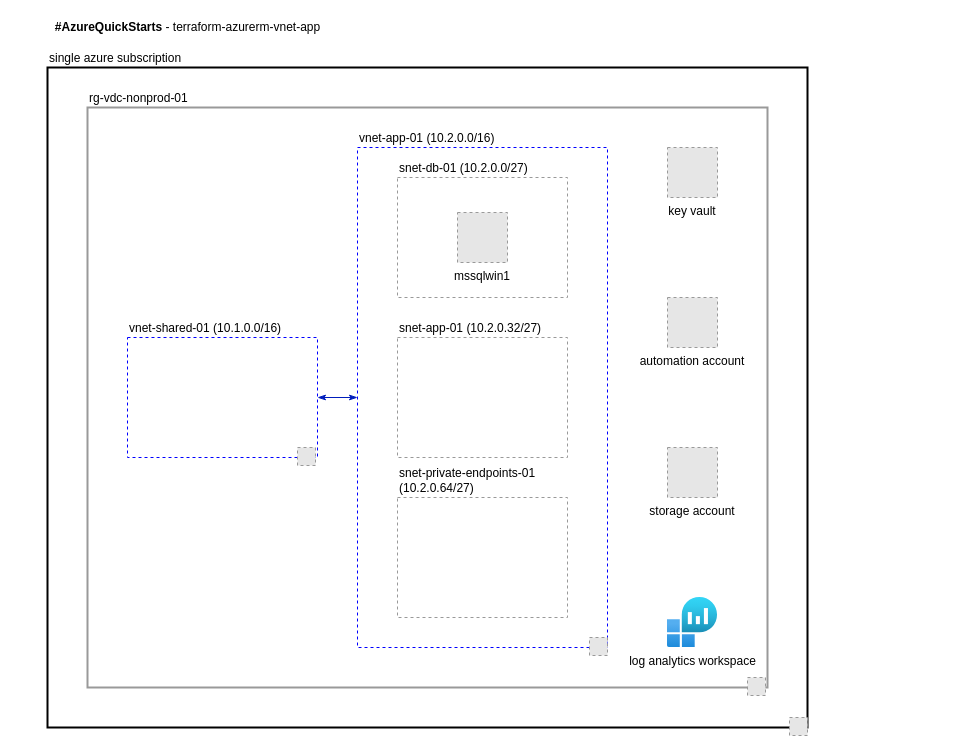
The draw.io diagram terraform-azurerm-vnet-app/vnet-app-diagram.drawio in doherty100/azuresandbox, before the edit. Source tidied: cells renumbered, new cells numbered last; positions are measured from the earlier drawing's top-left corner, leaving out a move shared by most shapes. Both pictures are drawn from the tidied source at 100%, with x=0, y=0 at pixel (47, 17). Pictures stored in the file or linked from it are replaced by grey dashed boxes.
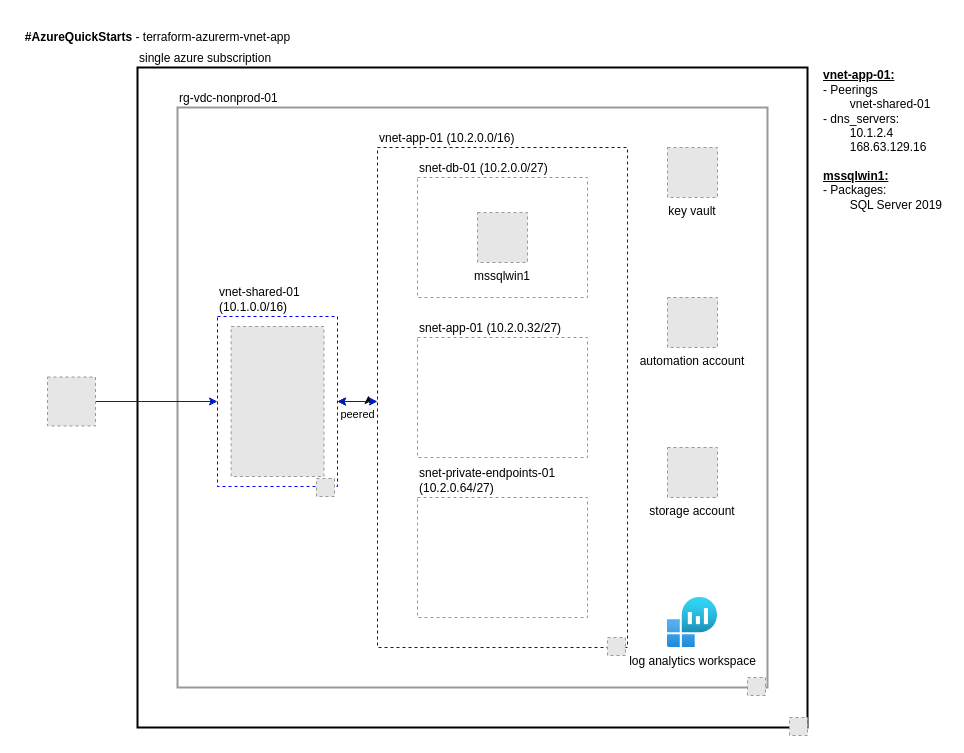
The same diagram, later.

Change to the diagram source:
```diff
@@
     <mxCell id="2" value="single azure subscription" style="rounded=0;whiteSpace=wrap;html=1;labelBackgroundColor=none;fontColor=#000000;strokeWidth=2;fillColor=none;align=left;strokeColor=#000000;labelPosition=center;verticalLabelPosition=top;verticalAlign=bottom;" parent="1" vertex="1">
-      <mxGeometry y="50" width="760" height="660" as="geometry" />
+      <mxGeometry x="90" y="50" width="670" height="660" as="geometry" />
     </mxCell>
     <mxCell id="3" value="rg-vdc-nonprod-01" style="rounded=0;whiteSpace=wrap;html=1;fillColor=none;strokeColor=#999999;strokeWidth=2;fontColor=#000000;labelPosition=center;verticalLabelPosition=top;align=left;verticalAlign=bottom;" parent="1" vertex="1">
-      <mxGeometry x="40" y="90" width="680" height="580" as="geometry" />
+      <mxGeometry x="130" y="90" width="590" height="580" as="geometry" />
     </mxCell>
+    <mxCell id="10" style="fillColor=#E6E6E6;strokeColor=#999999;dashed=1;verticalLabelPosition=bottom;verticalAlign=top;fontColor=#000000;" parent="1" vertex="1">
+      <mxGeometry x="700" y="660" width="18" height="18" as="geometry" />
+    </mxCell>
+    <mxCell id="11" style="edgeStyle=orthogonalEdgeStyle;rounded=0;orthogonalLoop=1;jettySize=auto;html=1;exitX=0.5;exitY=1;exitDx=0;exitDy=0;fontColor=#000000;endArrow=oval;endFill=1;strokeColor=#0000FF;strokeWidth=2;" parent="1" edge="1">
+      <mxGeometry relative="1" as="geometry">
+        <mxPoint x="735" y="330" as="sourcePoint" />
+        <mxPoint x="735" y="330" as="targetPoint" />
+      </mxGeometry>
+    </mxCell>
+    <mxCell id="12" style="fillColor=#E6E6E6;strokeColor=#999999;dashed=1;verticalLabelPosition=bottom;verticalAlign=top;labelBackgroundColor=none;fontColor=#000000;" parent="1" vertex="1">
+      <mxGeometry x="742" y="700" width="18" height="18" as="geometry" />
+    </mxCell>
+    <mxCell id="13" value="&lt;b&gt;#AzureQuickStarts&lt;/b&gt;&amp;nbsp;- terraform-azurerm-vnet-app" style="text;html=1;align=center;verticalAlign=middle;fillColor=none;strokeColor=none;rounded=0;labelBackgroundColor=none;fontColor=#000000;" parent="1" vertex="1">
+      <mxGeometry x="-30" y="10" width="280" height="20" as="geometry" />
+    </mxCell>
+    <mxCell id="21" style="group;" parent="1" vertex="1">
+      <mxGeometry x="330" y="130" width="250" height="508" as="geometry" />
+    </mxCell>
-    <mxCell id="4" value="&lt;span&gt;vnet-app-01 (10.2.0.0/16)&lt;/span&gt;" style="rounded=0;whiteSpace=wrap;html=1;dashed=1;fontColor=#000000;fillColor=none;align=left;strokeColor=#0000FF;labelPosition=center;verticalLabelPosition=top;verticalAlign=bottom;" parent="1" vertex="1">
-      <mxGeometry x="310" y="130" width="250" height="500" as="geometry" />
+    <mxCell id="4" value="&lt;span&gt;vnet-app-01 (10.2.0.0/16)&lt;/span&gt;" style="rounded=0;whiteSpace=wrap;html=1;dashed=1;fontColor=#000000;fillColor=none;align=left;strokeColor=#0000FF;labelPosition=center;verticalLabelPosition=top;verticalAlign=bottom;" parent="21" vertex="1">
+      <mxGeometry width="250" height="500" as="geometry" />
     </mxCell>
-    <mxCell id="5" value="snet-db-01 (10.2.0.0/27)" style="rounded=0;whiteSpace=wrap;html=1;dashed=1;fontColor=#000000;fillColor=none;align=left;strokeColor=#999999;labelPosition=center;verticalLabelPosition=top;verticalAlign=bottom;" parent="1" vertex="1">
-      <mxGeometry x="350" y="160" width="170" height="120" as="geometry" />
+    <mxCell id="5" value="snet-db-01 (10.2.0.0/27)" style="rounded=0;whiteSpace=wrap;html=1;dashed=1;fontColor=#000000;fillColor=none;align=left;strokeColor=#999999;labelPosition=center;verticalLabelPosition=top;verticalAlign=bottom;" parent="21" vertex="1">
+      <mxGeometry x="40" y="30" width="170" height="120" as="geometry" />
     </mxCell>
-    <mxCell id="6" value="snet-private-endpoints-01 (10.2.0.64/27)" style="rounded=0;whiteSpace=wrap;html=1;dashed=1;fontColor=#000000;fillColor=none;align=left;strokeColor=#999999;labelPosition=center;verticalLabelPosition=top;verticalAlign=bottom;" parent="1" vertex="1">
-      <mxGeometry x="350" y="480" width="170" height="120" as="geometry" />
+    <mxCell id="6" value="snet-private-endpoints-01 (10.2.0.64/27)" style="rounded=0;whiteSpace=wrap;html=1;dashed=1;fontColor=#000000;fillColor=none;align=left;strokeColor=#999999;labelPosition=center;verticalLabelPosition=top;verticalAlign=bottom;" parent="21" vertex="1">
+      <mxGeometry x="40" y="350" width="170" height="120" as="geometry" />
     </mxCell>
-    <mxCell id="7" value="snet-app-01 (10.2.0.32/27)" style="rounded=0;whiteSpace=wrap;html=1;dashed=1;fontColor=#000000;fillColor=none;align=left;strokeColor=#999999;labelPosition=center;verticalLabelPosition=top;verticalAlign=bottom;" parent="1" vertex="1">
-      <mxGeometry x="350" y="320" width="170" height="120" as="geometry" />
+    <mxCell id="7" value="snet-app-01 (10.2.0.32/27)" style="rounded=0;whiteSpace=wrap;html=1;dashed=1;fontColor=#000000;fillColor=none;align=left;strokeColor=#999999;labelPosition=center;verticalLabelPosition=top;verticalAlign=bottom;" parent="21" vertex="1">
+      <mxGeometry x="40" y="190" width="170" height="120" as="geometry" />
     </mxCell>
-    <mxCell id="8" value="mssqlwin1" style="fillColor=#E6E6E6;strokeColor=#999999;dashed=1;verticalLabelPosition=bottom;verticalAlign=top;fontColor=#000000;labelPosition=center;align=center;" parent="1" vertex="1">
-      <mxGeometry x="410" y="195" width="50" height="50" as="geometry" />
+    <mxCell id="8" value="mssqlwin1" style="fillColor=#E6E6E6;strokeColor=#999999;dashed=1;verticalLabelPosition=bottom;verticalAlign=top;fontColor=#000000;labelPosition=center;align=center;" parent="21" vertex="1">
+      <mxGeometry x="100" y="65" width="50" height="50" as="geometry" />
     </mxCell>
-    <mxCell id="9" style="fillColor=#E6E6E6;strokeColor=#999999;dashed=1;verticalLabelPosition=bottom;verticalAlign=top;fontColor=#000000;" parent="1" vertex="1">
-      <mxGeometry x="542" y="620" width="18" height="18" as="geometry" />
-    </mxCell>
-    <mxCell id="10" style="fillColor=#E6E6E6;strokeColor=#999999;dashed=1;verticalLabelPosition=bottom;verticalAlign=top;fontColor=#000000;" parent="1" vertex="1">
-      <mxGeometry x="700" y="660" width="18" height="18" as="geometry" />
-    </mxCell>
-    <mxCell id="11" style="edgeStyle=orthogonalEdgeStyle;rounded=0;orthogonalLoop=1;jettySize=auto;html=1;exitX=0.5;exitY=1;exitDx=0;exitDy=0;fontColor=#000000;endArrow=oval;endFill=1;strokeColor=#0000FF;strokeWidth=2;" parent="1" edge="1">
-      <mxGeometry relative="1" as="geometry">
-        <mxPoint x="645" y="330" as="sourcePoint" />
-        <mxPoint x="645" y="330" as="targetPoint" />
-      </mxGeometry>
-    </mxCell>
-    <mxCell id="12" style="fillColor=#E6E6E6;strokeColor=#999999;dashed=1;verticalLabelPosition=bottom;verticalAlign=top;labelBackgroundColor=none;fontColor=#000000;" parent="1" vertex="1">
-      <mxGeometry x="742" y="700" width="18" height="18" as="geometry" />
-    </mxCell>
-    <mxCell id="13" value="&lt;b&gt;#AzureQuickStarts&lt;/b&gt;&amp;nbsp;- terraform-azurerm-vnet-app" style="text;html=1;align=center;verticalAlign=middle;fillColor=none;strokeColor=none;rounded=0;labelBackgroundColor=none;fontColor=#000000;" parent="1" vertex="1">
-      <mxGeometry width="280" height="20" as="geometry" />
-    </mxCell>
+    <mxCell id="22" style="fillColor=#E6E6E6;strokeColor=#999999;dashed=1;verticalLabelPosition=bottom;verticalAlign=top;fontColor=#000000;" parent="21" vertex="1">
+      <mxGeometry x="230" y="490" width="18" height="18" as="geometry" />
+    </mxCell>
@@
-    <mxCell id="18" style="edgeStyle=orthogonalEdgeStyle;rounded=0;jettySize=auto;html=1;exitX=1;exitY=0.5;exitDx=0;exitDy=0;entryX=0;entryY=0.5;entryDx=0;entryDy=0;fillColor=#0050ef;strokeColor=#001DBC;startArrow=classicThin;startFill=1;endArrow=classicThin;endFill=1;" parent="1" edge="1" source="19" target="4">
+    <mxCell id="18" style="edgeStyle=orthogonalEdgeStyle;rounded=0;jettySize=auto;html=1;exitX=1;exitY=0.5;exitDx=0;exitDy=0;entryX=-0.036;entryY=0.496;entryDx=0;entryDy=0;entryPerimeter=0;startArrow=classic;startFill=1;" parent="1" edge="1" source="19" target="4">
       <mxGeometry relative="1" as="geometry" />
     </mxCell>
+    <mxCell id="23" value="peered" style="edgeStyle=orthogonalEdgeStyle;rounded=0;jettySize=auto;html=1;exitX=1;exitY=0.5;exitDx=0;exitDy=0;startArrow=classic;startFill=1;fillColor=#0050ef;strokeColor=#001DBC;fontColor=#000000;labelBackgroundColor=none;verticalAlign=top;" parent="1" edge="1" source="19">
+      <mxGeometry relative="1" as="geometry">
+        <mxPoint x="330" y="384" as="targetPoint" />
+        <Array as="points">
+          <mxPoint x="310" y="384" />
+          <mxPoint x="310" y="384" />
+        </Array>
+      </mxGeometry>
+    </mxCell>
     <mxCell id="19" value="vnet-shared-01 (10.1.0.0/16)" style="rounded=0;whiteSpace=wrap;html=1;dashed=1;fontColor=#000000;fillColor=none;align=left;strokeColor=#0000FF;labelPosition=center;verticalLabelPosition=top;verticalAlign=bottom;" parent="1" vertex="1">
-      <mxGeometry x="80" y="320" width="190" height="120" as="geometry" />
+      <mxGeometry x="170" y="299" width="120" height="170" as="geometry" />
     </mxCell>
     <mxCell id="20" style="fillColor=#E6E6E6;strokeColor=#999999;dashed=1;verticalLabelPosition=bottom;verticalAlign=top;fontColor=#000000;" parent="1" vertex="1">
-      <mxGeometry x="250" y="430" width="18" height="18" as="geometry" />
+      <mxGeometry x="269" y="461" width="18" height="18" as="geometry" />
     </mxCell>
+    <mxCell id="24" style="fillColor=#E6E6E6;strokeColor=#999999;dashed=1;verticalLabelPosition=bottom;verticalAlign=top;" parent="1" vertex="1">
+      <mxGeometry x="183.6" y="309" width="92.9" height="150" as="geometry" />
+    </mxCell>
+    <mxCell id="25" style="edgeStyle=orthogonalEdgeStyle;rounded=0;jettySize=auto;html=1;exitX=1;exitY=0.5;exitDx=0;exitDy=0;entryX=0;entryY=0.5;entryDx=0;entryDy=0;labelBackgroundColor=#FFFFFF;fontColor=#000000;startArrow=none;startFill=0;endArrow=classic;endFill=1;fillColor=#0050ef;strokeColor=#001DBC;" parent="1" edge="1" source="26" target="19">
+      <mxGeometry relative="1" as="geometry">
+        <Array as="points">
+          <mxPoint x="90" y="384" />
+          <mxPoint x="90" y="384" />
+        </Array>
+      </mxGeometry>
+    </mxCell>
+    <mxCell id="26" style="fillColor=#E6E6E6;strokeColor=#999999;dashed=1;verticalLabelPosition=bottom;verticalAlign=top;labelBackgroundColor=none;fontColor=#000000;" parent="1" vertex="1">
+      <mxGeometry y="359.5" width="48" height="49" as="geometry" />
+    </mxCell>
+    <mxCell id="27" value="&lt;div style=&quot;text-align: left&quot;&gt;&lt;span&gt;&lt;u&gt;&lt;b&gt;vnet-app-01:&lt;/b&gt;&lt;/u&gt;&lt;/span&gt;&lt;/div&gt;&lt;div style=&quot;text-align: left&quot;&gt;&lt;span&gt;- Peerings&lt;/span&gt;&lt;/div&gt;&lt;div style=&quot;text-align: left&quot;&gt;&lt;span&gt;&lt;span style=&quot;white-space: pre&quot;&gt;&#9;&lt;/span&gt;vnet-shared-01&lt;br&gt;&lt;/span&gt;&lt;/div&gt;&lt;div style=&quot;text-align: left&quot;&gt;&lt;span&gt;- dns_servers:&amp;nbsp;&lt;/span&gt;&lt;/div&gt;&lt;div style=&quot;text-align: left&quot;&gt;&lt;span&gt;&lt;span style=&quot;white-space: pre&quot;&gt;&#9;&lt;/span&gt;10.1.2.4&lt;/span&gt;&lt;/div&gt;&lt;div style=&quot;text-align: left&quot;&gt;&lt;span&gt;&lt;span style=&quot;white-space: pre&quot;&gt;&#9;&lt;/span&gt;1&lt;/span&gt;&lt;span&gt;68.63.129.16&lt;/span&gt;&lt;/div&gt;&lt;div style=&quot;text-align: left&quot;&gt;&lt;span&gt;&lt;br&gt;&lt;/span&gt;&lt;/div&gt;&lt;div style=&quot;text-align: left&quot;&gt;&lt;div&gt;&lt;u&gt;&lt;b&gt;mssqlwin1:&lt;/b&gt;&lt;/u&gt;&lt;/div&gt;&lt;span style=&quot;text-align: center&quot;&gt;- Packages:&amp;nbsp;&lt;/span&gt;&lt;/div&gt;&lt;div style=&quot;text-align: left&quot;&gt;&lt;span style=&quot;text-align: center&quot;&gt;&lt;span style=&quot;white-space: pre&quot;&gt;&#9;&lt;/span&gt;SQL Server 2019&lt;/span&gt;&lt;/div&gt;&lt;div style=&quot;text-align: left&quot;&gt;&lt;div&gt;&lt;br&gt;&lt;/div&gt;&lt;/div&gt;" style="text;html=1;align=center;verticalAlign=middle;rounded=0;fontColor=#000000;" parent="1" vertex="1">
+      <mxGeometry x="770" y="50" width="130" height="160" as="geometry" />
+    </mxCell>
```
